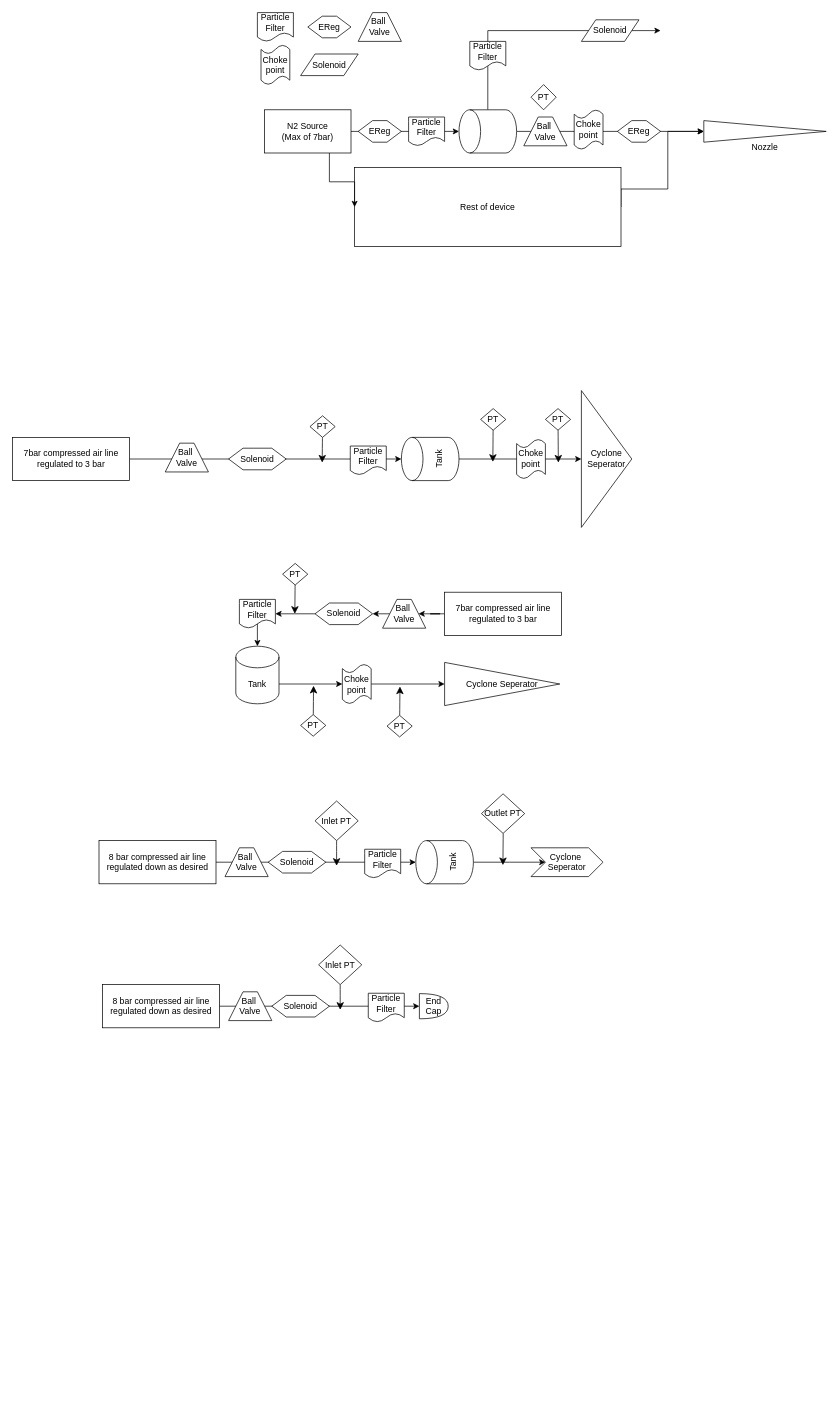
The draw.io diagram Research_Files/February/FYP_test.drawio in JakCrane/FYP, before the edit. Source tidied: cells renumbered, new cells numbered last; positions are measured from the earlier drawing's top-left corner, leaving out a move shared by most shapes. Both pictures are drawn from the tidied source at 72%, with x=0, y=0 at pixel (12, 12).
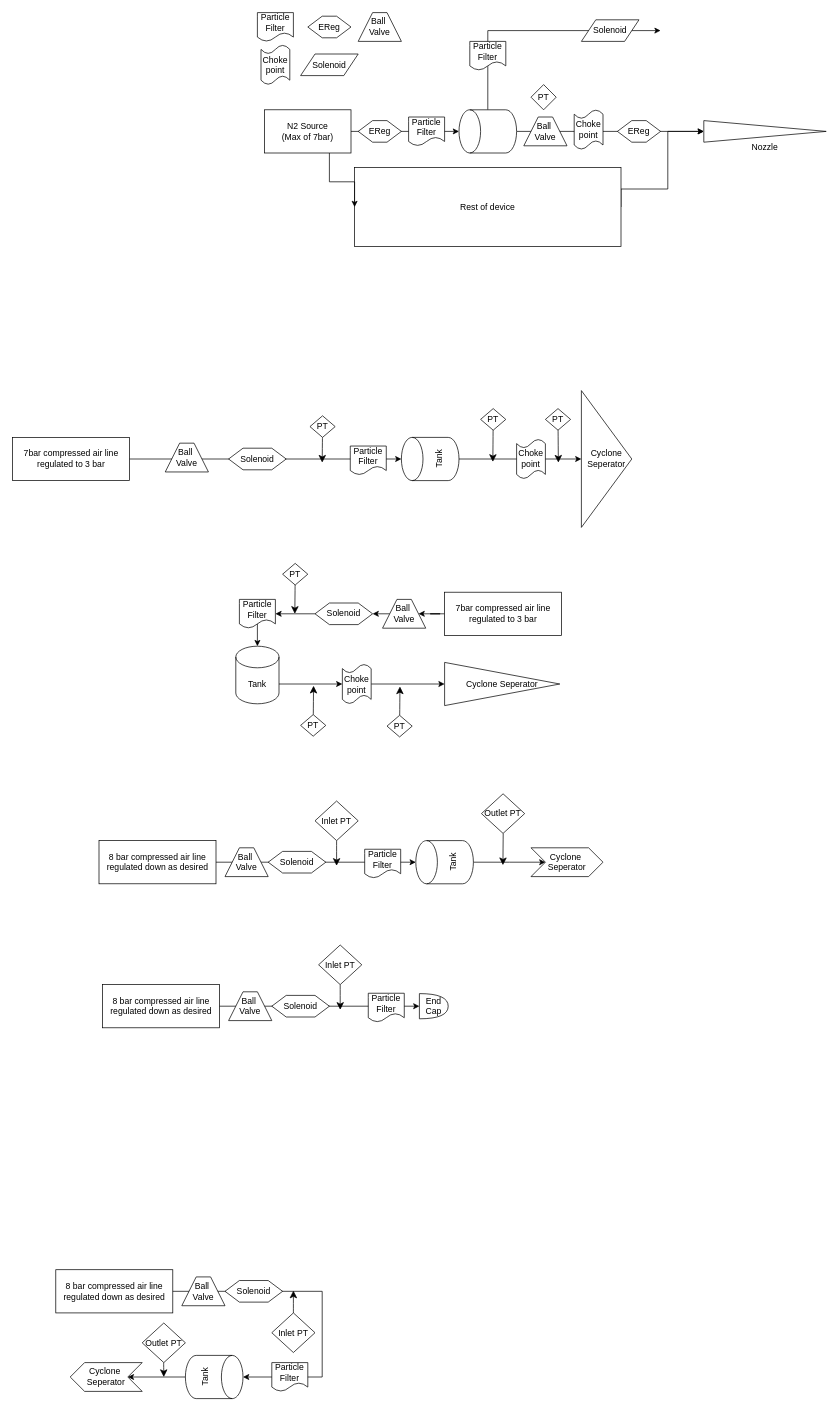
Above is the later version.

The edit, as a diff of the source:
```diff
@@
+    <mxCell id="78" style="edgeStyle=orthogonalEdgeStyle;rounded=0;jettySize=auto;html=1;exitX=0.5;exitY=1;exitDx=0;exitDy=0;exitPerimeter=0;entryX=0;entryY=0.5;entryDx=0;entryDy=0;" parent="1" edge="1" source="79" target="89">
+      <mxGeometry relative="1" as="geometry" />
+    </mxCell>
+    <mxCell id="79" value="Tank" style="shape=cylinder3;whiteSpace=wrap;html=1;boundedLbl=1;backgroundOutline=1;size=15;rotation=-90;direction=west;" parent="1" vertex="1">
+      <mxGeometry x="250" y="1855" width="60" height="80" as="geometry" />
+    </mxCell>
+    <mxCell id="80" value="8 bar compressed air line regulated down as desired" style="rounded=0;whiteSpace=wrap;html=1;" parent="1" vertex="1">
+      <mxGeometry x="60" y="1746" width="162.5" height="60" as="geometry" />
+    </mxCell>
+    <mxCell id="81" style="edgeStyle=orthogonalEdgeStyle;rounded=0;jettySize=auto;html=1;exitX=1;exitY=0.5;exitDx=0;exitDy=0;entryX=0.5;entryY=0;entryDx=0;entryDy=0;entryPerimeter=0;" parent="1" edge="1" source="80" target="79">
+      <mxGeometry relative="1" as="geometry">
+        <Array as="points">
+          <mxPoint x="430" y="1776" />
+          <mxPoint x="430" y="1895" />
+        </Array>
+      </mxGeometry>
+    </mxCell>
+    <mxCell id="82" value="Ball&amp;nbsp;&lt;div&gt;Valve&lt;/div&gt;" style="shape=trapezoid;perimeter=trapezoidPerimeter;whiteSpace=wrap;html=1;fixedSize=1;" parent="1" vertex="1">
+      <mxGeometry x="235" y="1756" width="60" height="40" as="geometry" />
+    </mxCell>
+    <mxCell id="83" style="edgeStyle=none;curved=1;rounded=0;orthogonalLoop=1;jettySize=auto;html=1;fontSize=12;startSize=8;endSize=8;" parent="1" edge="1">
+      <mxGeometry relative="1" as="geometry">
+        <mxPoint x="209.8" y="1875" as="sourcePoint" />
+        <mxPoint x="210" y="1895" as="targetPoint" />
+      </mxGeometry>
+    </mxCell>
+    <mxCell id="84" style="edgeStyle=none;curved=1;rounded=0;jettySize=auto;html=1;fontSize=12;startSize=8;endSize=8;" parent="1" edge="1" source="85">
+      <mxGeometry relative="1" as="geometry">
+        <mxPoint x="390" y="1775" as="targetPoint" />
+      </mxGeometry>
+    </mxCell>
+    <mxCell id="85" value="Inlet PT" style="rhombus;whiteSpace=wrap;html=1;" parent="1" vertex="1">
+      <mxGeometry x="360" y="1806" width="60" height="55" as="geometry" />
+    </mxCell>
+    <mxCell id="86" value="Particle Filter" style="shape=document;whiteSpace=wrap;html=1;boundedLbl=1;" parent="1" vertex="1">
+      <mxGeometry x="360" y="1875" width="50" height="40" as="geometry" />
+    </mxCell>
+    <mxCell id="87" value="Solenoid" style="shape=hexagon;perimeter=hexagonPerimeter2;whiteSpace=wrap;html=1;fixedSize=1;" parent="1" vertex="1">
+      <mxGeometry x="295" y="1761" width="80" height="30" as="geometry" />
+    </mxCell>
+    <mxCell id="88" value="Outlet PT" style="rhombus;whiteSpace=wrap;html=1;" parent="1" vertex="1">
+      <mxGeometry x="180" y="1820" width="60" height="55" as="geometry" />
+    </mxCell>
+    <mxCell id="89" value="Cyclone&amp;nbsp;&lt;div&gt;Seperator&lt;/div&gt;" style="shape=step;perimeter=stepPerimeter;whiteSpace=wrap;html=1;fixedSize=1;direction=west;" parent="1" vertex="1">
+      <mxGeometry x="80" y="1875" width="100" height="40" as="geometry" />
+    </mxCell>
```
